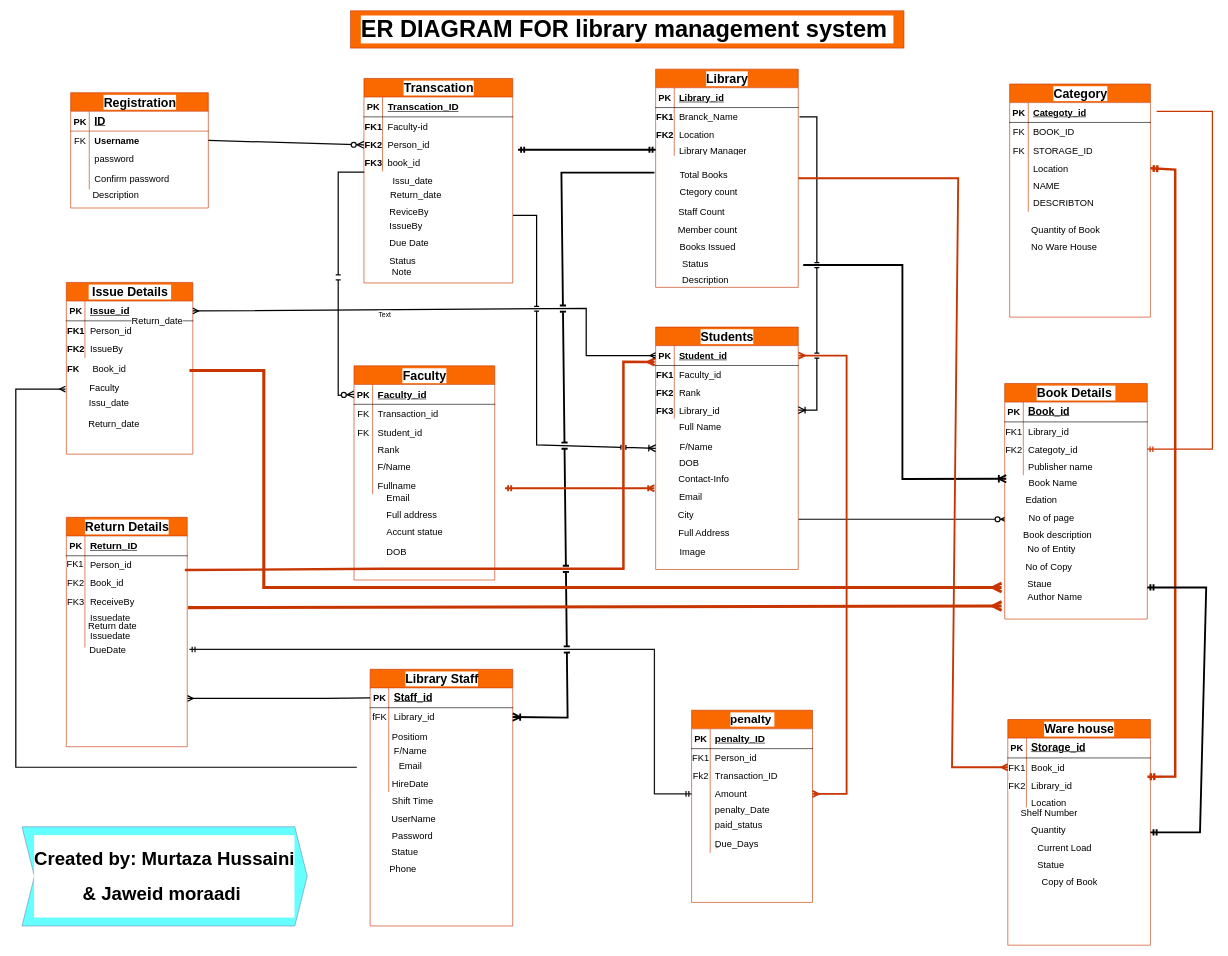
This is ER-Diagram-Library-management-System.drawio from hussaini021/Library_management, a draw.io file, before an edit. Source tidied: cells renumbered, new cells numbered last; positions are measured from the earlier drawing's top-left corner, leaving out a move shared by most shapes. Both pictures are drawn from the tidied source at 62%, with x=0, y=0 at pixel (16, 11).
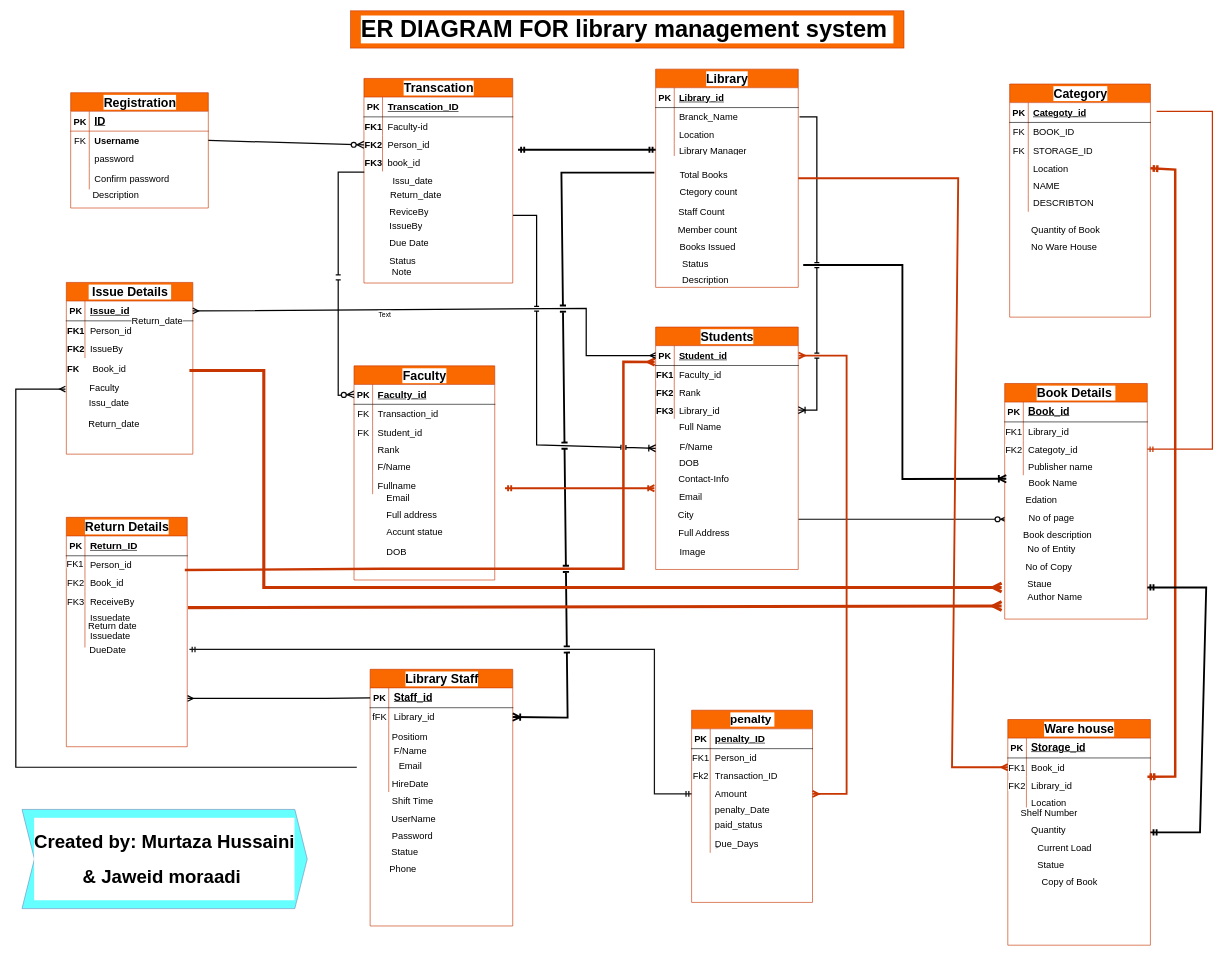
Above is the later version.

Unchanged cells that the change refers to:
```xml
<mxCell id="239" style="shape=tableRow;horizontal=0;startSize=0;swimlaneHead=0;swimlaneBody=0;fillColor=none;points=[[0,0.5],[1,0.5]];portConstraint=eastwest;top=0;left=0;right=0;bottom=0;labelBackgroundColor=#FFFFFF;fontSize=15;" parent="235" vertex="1">
  <mxGeometry y="62" width="230" height="30" as="geometry" />
</mxCell>
<mxCell id="242" style="shape=tableRow;horizontal=0;startSize=0;swimlaneHead=0;swimlaneBody=0;fillColor=none;top=0;left=0;right=0;bottom=0;labelBackgroundColor=#FFFFFF;fontSize=15;" parent="235" vertex="1">
  <mxGeometry y="92" width="230" height="28" as="geometry" />
</mxCell>
```

The edit, as a diff of the source:
```diff
@@
     <mxCell id="133" value="&lt;h1&gt;&lt;font&gt;Created by: Murtaza Hussaini&lt;/font&gt;&lt;/h1&gt;&lt;h1&gt;&lt;font&gt;&amp;amp; Jaweid moraadi&amp;nbsp;&lt;/font&gt;&lt;/h1&gt;" style="shape=step;perimeter=stepPerimeter;whiteSpace=wrap;html=1;fixedSize=1;fillColor=#66FFFF;strokeColor=#6c8ebf;fillStyle=solid;labelBackgroundColor=#FFFFFF;fontSize=15;" parent="1" vertex="1">
-      <mxGeometry x="10" y="1316" width="460" height="160" as="geometry" />
+      <mxGeometry x="10" y="1288" width="460" height="160" as="geometry" />
     </mxCell>
@@
-    <mxCell id="240" value="&lt;b&gt;FK1&lt;/b&gt;" style="shape=partialRectangle;fillColor=none;top=0;left=0;bottom=0;right=0;overflow=hidden;whiteSpace=wrap;html=1;labelBackgroundColor=#FFFFFF;fontSize=15;" parent="239" vertex="1">
+    <mxCell id="240" style="shape=partialRectangle;fillColor=none;top=0;left=0;bottom=0;right=0;overflow=hidden;whiteSpace=wrap;html=1;labelBackgroundColor=#FFFFFF;fontSize=15;" parent="239" vertex="1">
       <mxGeometry width="30" height="30" as="geometry" />
     </mxCell>
@@
-    <mxCell id="243" value="&lt;b&gt;FK2&lt;/b&gt;" style="shape=partialRectangle;fillColor=none;top=0;left=0;bottom=0;right=0;overflow=hidden;whiteSpace=wrap;html=1;labelBackgroundColor=#FFFFFF;fontSize=15;" parent="242" vertex="1">
+    <mxCell id="243" style="shape=partialRectangle;fillColor=none;top=0;left=0;bottom=0;right=0;overflow=hidden;whiteSpace=wrap;html=1;labelBackgroundColor=#FFFFFF;fontSize=15;" parent="242" vertex="1">
       <mxGeometry width="30" height="28" as="geometry" />
     </mxCell>
```
